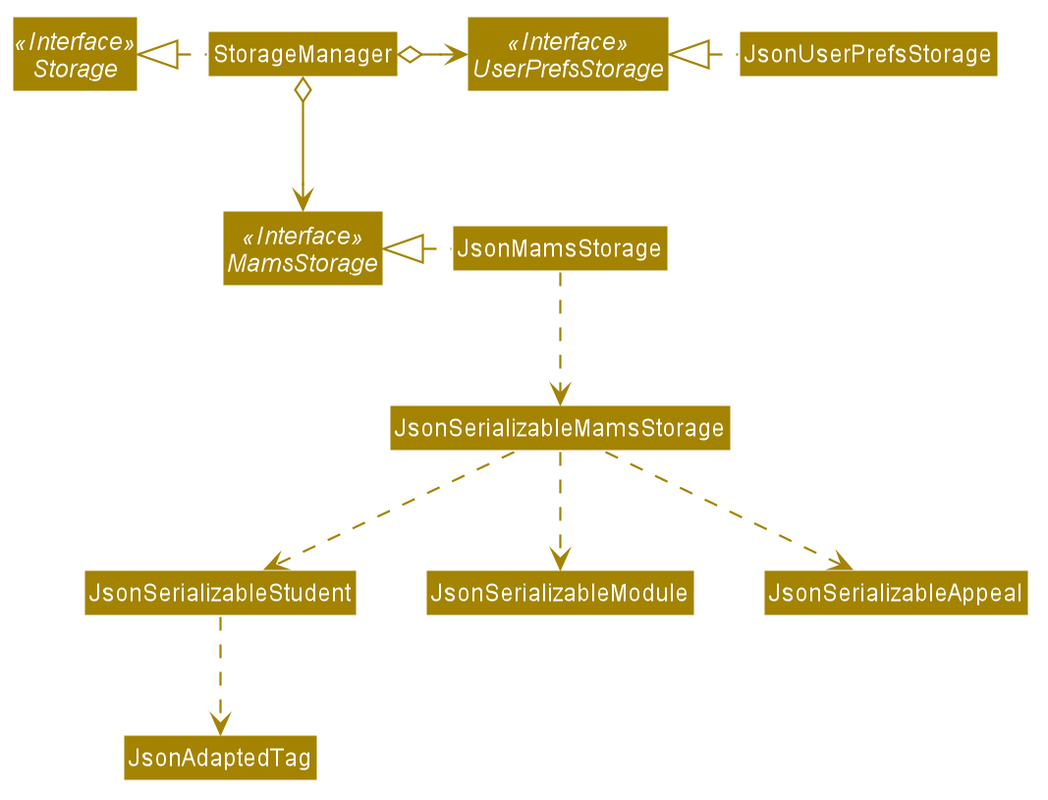
The PlantUML diagram docs/images/StorageClassDiagram.png in nus-cs2103-AY1920S1/addressbook-level3, before a commit.
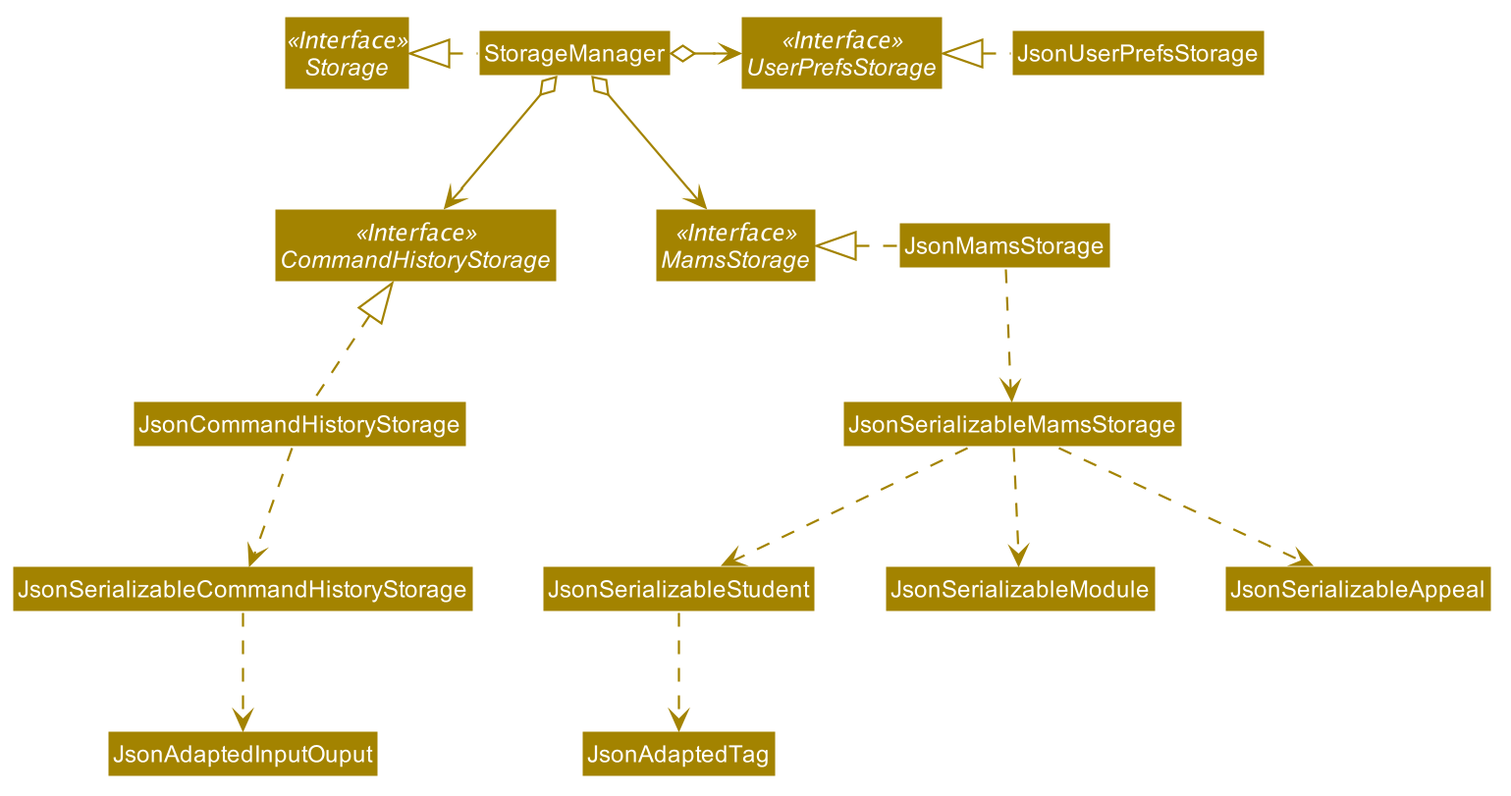
After the change.

What changed in the source:
```diff
@@ -54,6 +54,7 @@
 Interface Storage <<Interface>>
 Interface UserPrefsStorage <<Interface>>
 Interface MamsStorage <<Interface>>
+Interface CommandHistoryStorage <<Interface>>
 
 Class StorageManager
 Class JsonUserPrefsStorage
@@ -70,4 +71,10 @@
 JsonSerializableMamsStorage .down.> JsonSerializableModule
 JsonSerializableMamsStorage .down.> JsonSerializableAppeal
 JsonSerializableStudent .down.> JsonAdaptedTag
+
+StorageManager o--> CommandHistoryStorage
+
+JsonCommandHistoryStorage .up.|> CommandHistoryStorage
+JsonCommandHistoryStorage .down.> JsonSerializableCommandHistoryStorage
+JsonSerializableCommandHistoryStorage .down.> JsonAdaptedInputOuput
 @enduml
```
